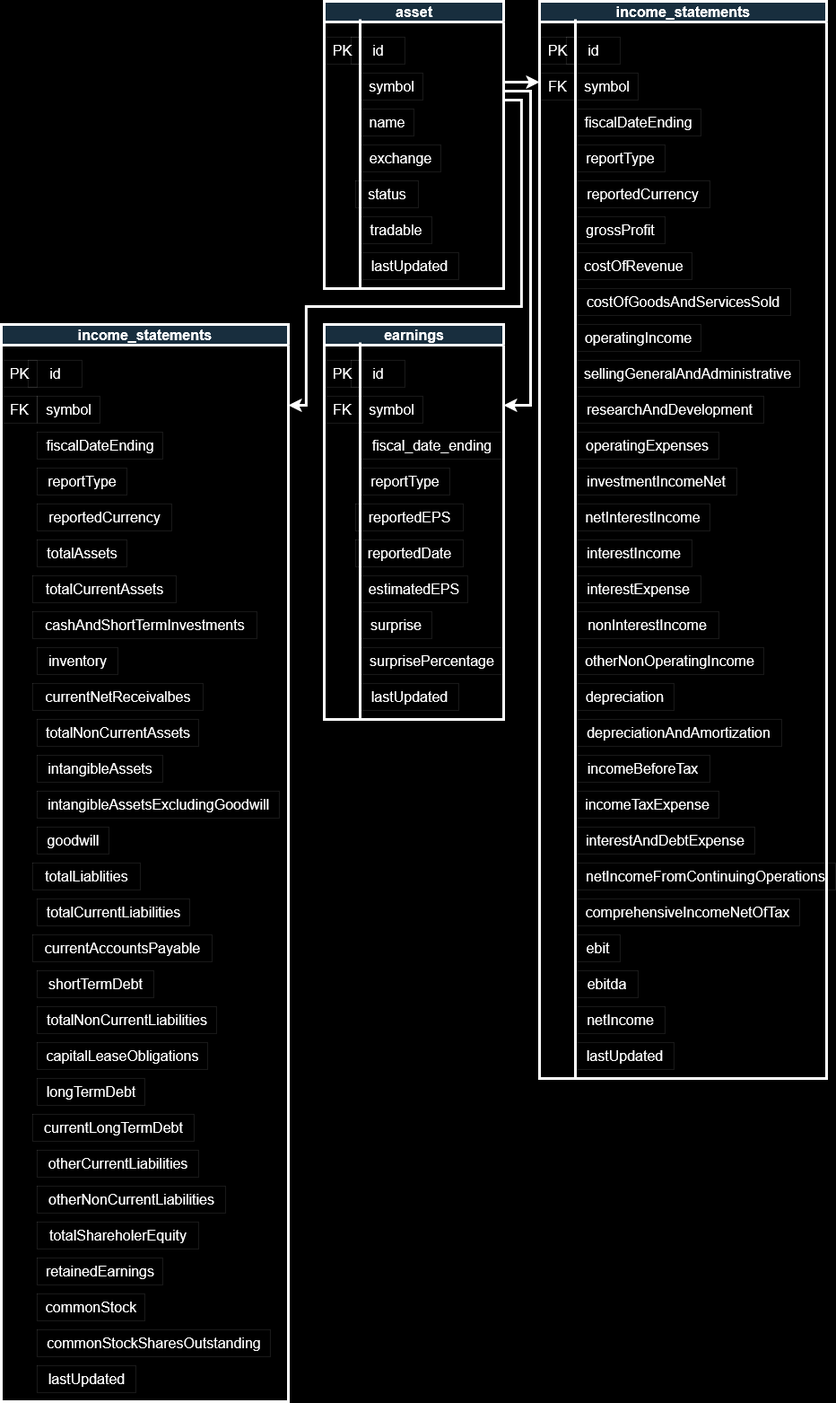
Above: option-scanner/docs/OptionScanner.drawio.png in LarryDevinCarter/OptionScanner (draw.io), before the change. Source tidied: cells renumbered, new cells last; positions are measured from the earlier drawing's top-left corner, leaving out a move shared by most shapes.
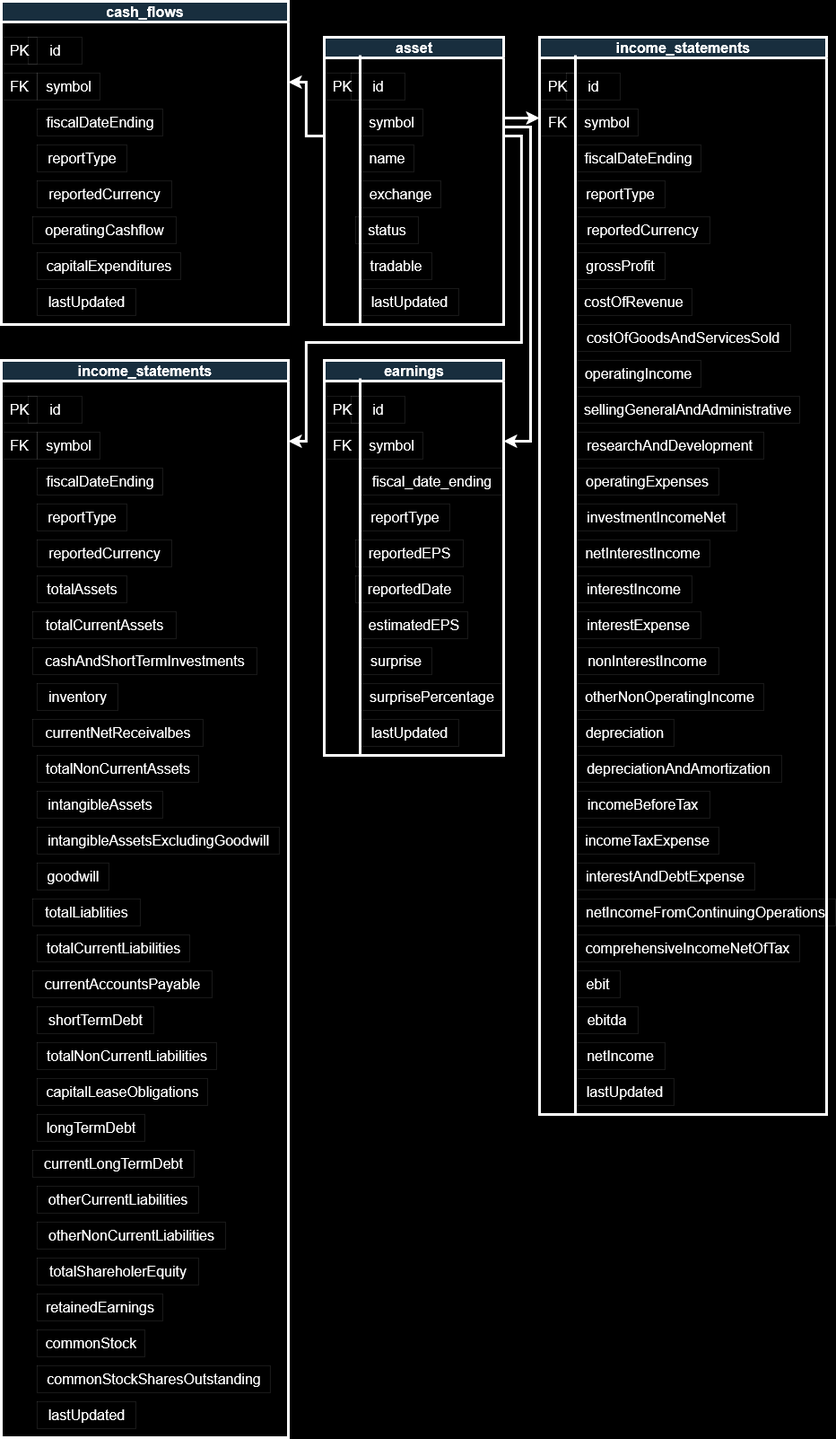
After the commit.

The edit, as a diff of the source:
```diff
@@ -305,5 +305,48 @@
         </Array>
       </mxGeometry>
     </mxCell>
+    <mxCell id="94" value="cash_flows" style="swimlane;html=1;strokeColor=#FFFFFF;fontColor=#FFFFFF;fontSize=16;fillColor=#182E3E;strokeWidth=3;startSize=23;" parent="1" vertex="1">
+      <mxGeometry y="-40" width="320" height="360" as="geometry" />
+    </mxCell>
+    <mxCell id="95" value="PK " style="text;html=1;align=center;verticalAlign=middle;strokeColor=#FFFFFF;fontColor=#FFFFFF;fontSize=16;strokeWidth=0;" parent="94" vertex="1">
+      <mxGeometry y="40" width="40" height="30" as="geometry" />
+    </mxCell>
+    <mxCell id="96" value="id" style="text;html=1;align=center;verticalAlign=middle;rounded=0;strokeColor=#FFFFFF;fontColor=#FFFFFF;fontSize=16;strokeWidth=0;" parent="94" vertex="1">
+      <mxGeometry x="30" y="40" width="60" height="30" as="geometry" />
+    </mxCell>
+    <mxCell id="97" value="&lt;div&gt;symbol&lt;/div&gt;" style="text;html=1;align=center;verticalAlign=middle;strokeColor=#FFFFFF;fontColor=#FFFFFF;fontSize=16;strokeWidth=0;" parent="94" vertex="1">
+      <mxGeometry x="40" y="80" width="70" height="30" as="geometry" />
+    </mxCell>
+    <mxCell id="98" value="&lt;div&gt;fiscalDateEnding&lt;/div&gt;" style="text;html=1;align=center;verticalAlign=middle;strokeColor=#FFFFFF;fontColor=#FFFFFF;fontSize=16;strokeWidth=0;" parent="94" vertex="1">
+      <mxGeometry x="40" y="120" width="140" height="30" as="geometry" />
+    </mxCell>
+    <mxCell id="99" value="reportedCurrency" style="text;html=1;align=center;verticalAlign=middle;strokeColor=#FFFFFF;fontColor=#FFFFFF;fontSize=16;strokeWidth=0;" parent="94" vertex="1">
+      <mxGeometry x="40" y="200" width="150" height="30" as="geometry" />
+    </mxCell>
+    <mxCell id="100" value="reportType" style="text;html=1;align=center;verticalAlign=middle;strokeColor=#FFFFFF;fontColor=#FFFFFF;fontSize=16;strokeWidth=0;" parent="94" vertex="1">
+      <mxGeometry x="40" y="160" width="100" height="30" as="geometry" />
+    </mxCell>
+    <mxCell id="101" value="&lt;div&gt;operatingCashflow&lt;/div&gt;" style="text;html=1;align=center;verticalAlign=middle;strokeColor=#FFFFFF;fontColor=#FFFFFF;fontSize=16;strokeWidth=0;" parent="94" vertex="1">
+      <mxGeometry x="35" y="240" width="160" height="30" as="geometry" />
+    </mxCell>
+    <mxCell id="102" value="capitalExpenditures" style="text;html=1;align=center;verticalAlign=middle;strokeColor=#FFFFFF;fontColor=#FFFFFF;fontSize=16;strokeWidth=0;" parent="94" vertex="1">
+      <mxGeometry x="40" y="280" width="160" height="30" as="geometry" />
+    </mxCell>
+    <mxCell id="103" value="FK" style="text;html=1;align=center;verticalAlign=middle;strokeColor=#FFFFFF;fontColor=#FFFFFF;fontSize=16;strokeWidth=0;" parent="94" vertex="1">
+      <mxGeometry y="80" width="40" height="30" as="geometry" />
+    </mxCell>
+    <mxCell id="104" value="lastUpdated" style="text;html=1;align=center;verticalAlign=middle;strokeColor=#FFFFFF;fontColor=#FFFFFF;fontSize=16;strokeWidth=0;" parent="94" vertex="1">
+      <mxGeometry x="40" y="320" width="110" height="30" as="geometry" />
+    </mxCell>
+    <mxCell id="105" style="endArrow=classic;html=1;rounded=0;strokeWidth=3;strokeColor=#FFFFFF;" parent="1" edge="1">
+      <mxGeometry relative="1" as="geometry">
+        <mxPoint x="360" y="110" as="sourcePoint" />
+        <mxPoint x="320" y="50" as="targetPoint" />
+        <Array as="points">
+          <mxPoint x="340" y="110" />
+          <mxPoint x="340" y="50" />
+        </Array>
+      </mxGeometry>
+    </mxCell>
   </root>
 </mxGraphModel>
```
